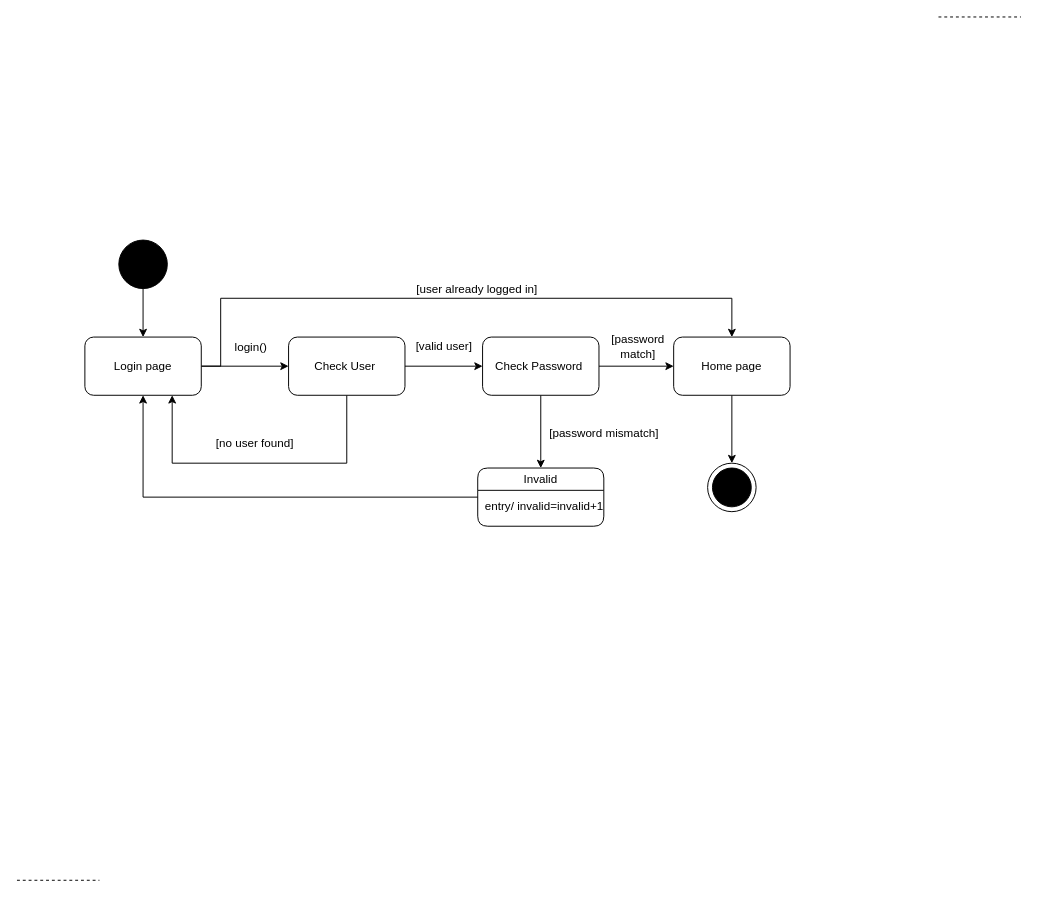
Earlier version of the draw.io diagram page "State diagram for login" (10 of 12) of stqa.drawio (MohitBurkule/doctorconnect). Source tidied: cells renumbered, new cells numbered last; positions are measured from the earlier drawing's top-left corner, leaving out a move shared by most shapes. Both pictures are drawn from the tidied source at 97%, with x=0, y=0 at pixel (16, 16).
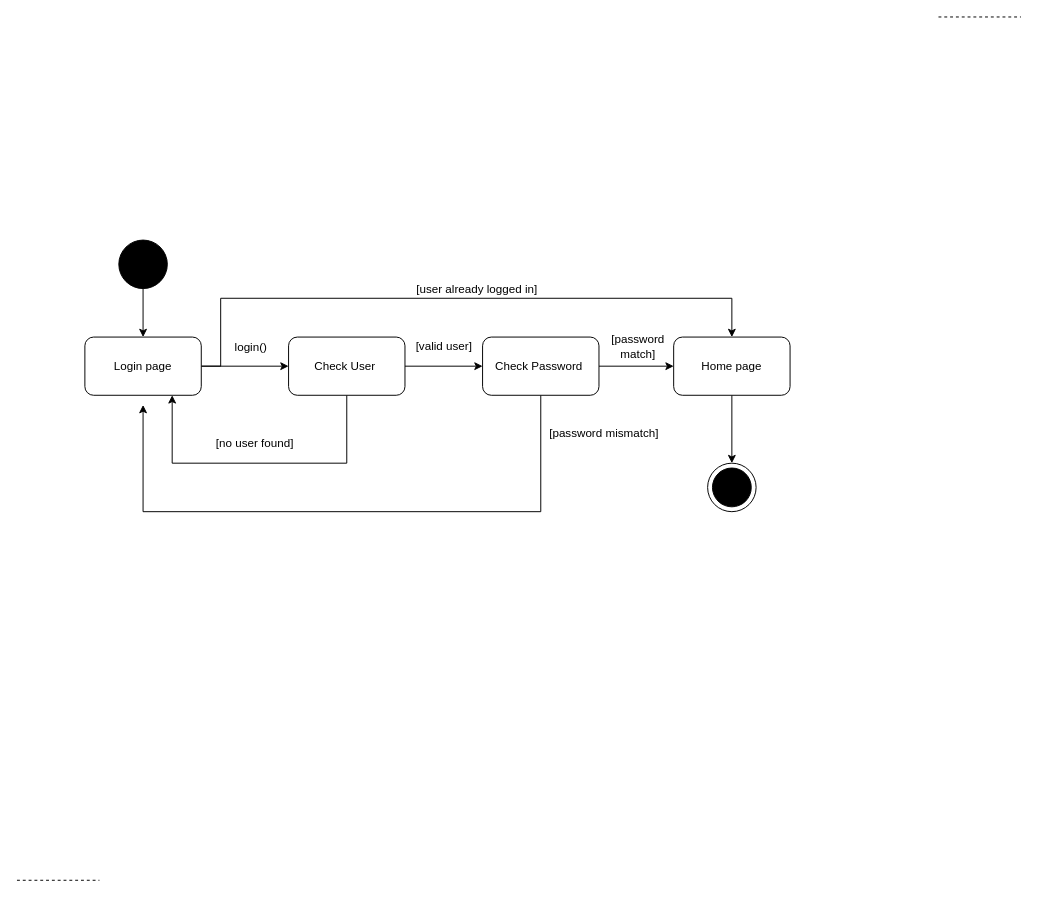
The same diagram, later.

The change refers to these unchanged cells:
```xml
<mxCell id="5" value="Login page" style="rounded=1;whiteSpace=wrap;html=1;" parent="1" vertex="1">
  <mxGeometry x="70" y="330" width="120" height="60" as="geometry" />
</mxCell>
<mxCell id="13" value="Check Password&amp;nbsp;" style="rounded=1;whiteSpace=wrap;html=1;" parent="1" vertex="1">
  <mxGeometry x="480" y="330" width="120" height="60" as="geometry" />
</mxCell>
```

Diff of the diagram source:
```diff
@@
-    <mxCell id="11" style="edgeStyle=orthogonalEdgeStyle;rounded=0;jettySize=auto;html=1;exitX=0.5;exitY=1;exitDx=0;exitDy=0;entryX=0.5;entryY=0;entryDx=0;entryDy=0;" parent="1" edge="1" source="13" target="15">
-      <mxGeometry relative="1" as="geometry" />
-    </mxCell>
@@
+    <mxCell id="29" style="edgeStyle=orthogonalEdgeStyle;rounded=0;jettySize=auto;html=1;exitX=0.5;exitY=1;exitDx=0;exitDy=0;" parent="1" edge="1" source="13">
+      <mxGeometry relative="1" as="geometry">
+        <mxPoint x="130" y="400" as="targetPoint" />
+        <Array as="points">
+          <mxPoint x="540" y="510" />
+          <mxPoint x="130" y="510" />
+        </Array>
+      </mxGeometry>
+    </mxCell>
@@
-    <mxCell id="14" style="edgeStyle=orthogonalEdgeStyle;rounded=0;jettySize=auto;html=1;exitX=0;exitY=0.5;exitDx=0;exitDy=0;entryX=0.5;entryY=1;entryDx=0;entryDy=0;" parent="1" edge="1" source="15" target="5">
-      <mxGeometry relative="1" as="geometry" />
-    </mxCell>
-    <mxCell id="15" value="&lt;span style=&quot;font-weight: normal&quot;&gt;Invalid&lt;/span&gt;" style="swimlane;rounded=1;whiteSpace=wrap;html=1;horizontal=1;" parent="1" vertex="1">
-      <mxGeometry x="475" y="465" width="130" height="60" as="geometry" />
-    </mxCell>
-    <mxCell id="16" value="entry/ invalid=invalid+1&amp;nbsp;" style="text;html=1;align=center;verticalAlign=middle;" parent="15" vertex="1">
-      <mxGeometry y="30" width="140" height="20" as="geometry" />
-    </mxCell>
```
